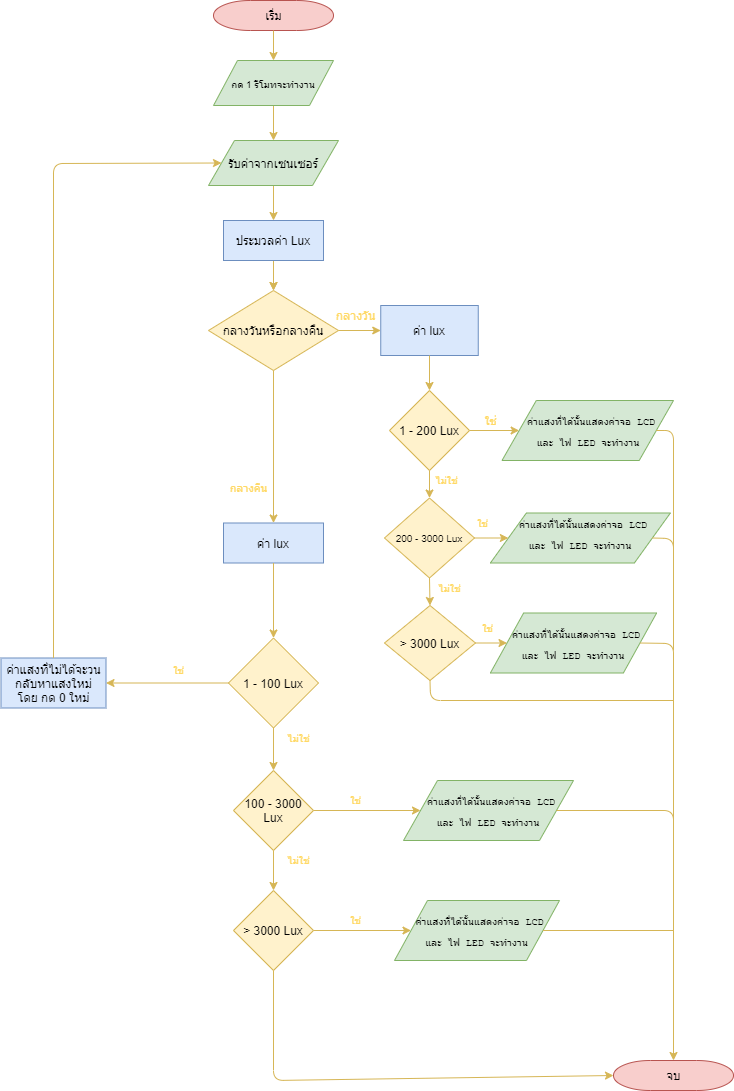
The draw.io diagram image/Flowchart.png in game4869/Light-of-Location, before a commit. Source tidied: cells renumbered, new cells last; positions are measured from the earlier drawing's top-left corner, leaving out a move shared by most shapes.
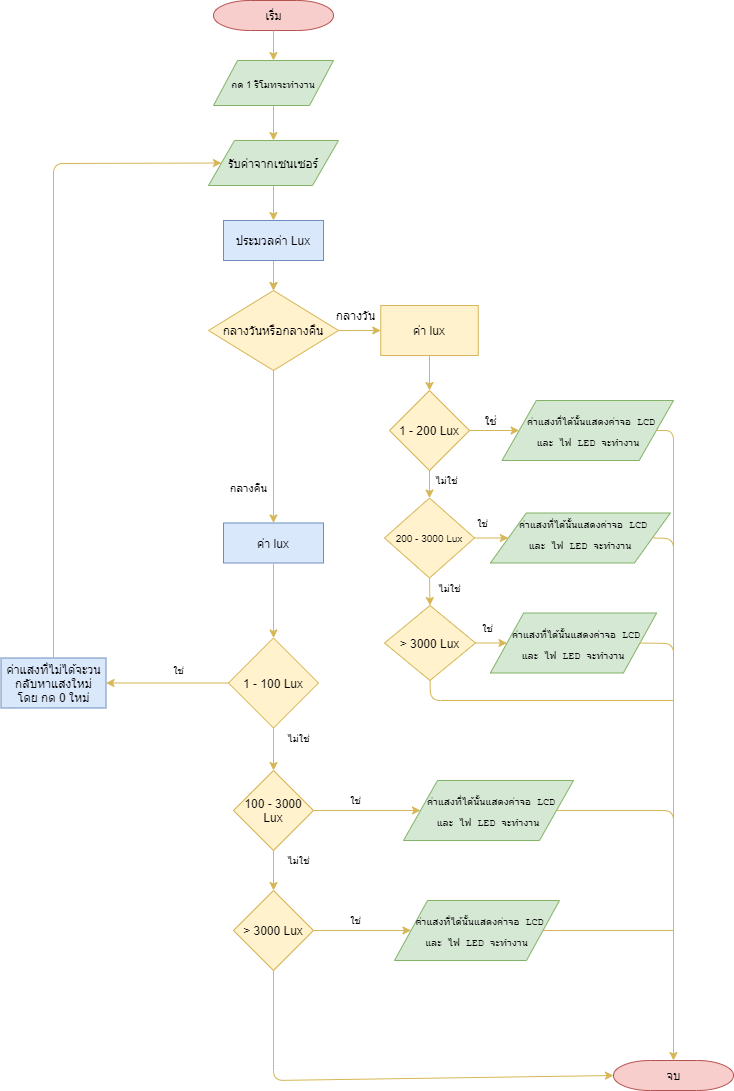
Later version of the same file.

Change to the diagram source:
```diff
@@ -20,13 +20,13 @@
     <mxCell id="7" style="endArrow=classic;html=1;shadow=0;fillColor=#fff2cc;strokeColor=#d6b656;exitX=0.5;exitY=1;exitDx=0;exitDy=0;entryX=0.5;entryY=0;entryDx=0;entryDy=0;" parent="1" edge="1" source="6" target="12">
       <mxGeometry relative="1" as="geometry" />
     </mxCell>
-    <mxCell id="8" value="กลางคืน" style="text;html=1;align=center;verticalAlign=middle;shadow=0;fillColor=none;strokeColor=none;fontColor=#FFD966;fontSize=11;" parent="1" vertex="1">
+    <mxCell id="8" value="กลางคืน" style="text;html=1;align=center;verticalAlign=middle;shadow=0;fontSize=11;fontColor=#000000;" parent="1" vertex="1">
       <mxGeometry x="222" y="477.5" width="50" height="20" as="geometry" />
     </mxCell>
-    <mxCell id="9" value="&lt;span&gt;ค่า lux&lt;/span&gt;" style="rounded=0;whiteSpace=wrap;html=1;shadow=0;fillColor=#dae8fc;strokeColor=#6c8ebf;" parent="1" vertex="1">
+    <mxCell id="9" value="&lt;span&gt;ค่า lux&lt;/span&gt;" style="rounded=0;whiteSpace=wrap;html=1;shadow=0;fillColor=#fff2cc;strokeColor=#d6b656;" parent="1" vertex="1">
       <mxGeometry x="379.2" y="305" width="97.5" height="50" as="geometry" />
     </mxCell>
-    <mxCell id="10" value="กลางวัน" style="text;html=1;align=center;verticalAlign=middle;shadow=0;fillColor=none;strokeColor=none;fontSize=12;fontColor=#FFD966;" parent="1" vertex="1">
+    <mxCell id="10" value="กลางวัน" style="text;html=1;align=center;verticalAlign=middle;shadow=0;fontSize=12;fontColor=#000000;" parent="1" vertex="1">
       <mxGeometry x="329.2" y="305" width="50" height="20" as="geometry" />
     </mxCell>
     <mxCell id="11" value="จบ" style="shape=mxgraph.flowchart.terminator;strokeWidth=1;gradientDirection=north;fontStyle=0;html=1;shadow=0;fillColor=#f8cecc;strokeColor=#b85450;" parent="1" vertex="1">
@@ -179,34 +179,34 @@
     <mxCell id="48" style="endArrow=classic;html=1;shadow=0;fontSize=10;exitX=0.5;exitY=1;exitDx=0;exitDy=0;entryX=0.5;entryY=0;entryDx=0;entryDy=0;fillColor=#fff2cc;strokeColor=#d6b656;" parent="1" edge="1" source="21" target="20">
       <mxGeometry relative="1" as="geometry" />
     </mxCell>
-    <mxCell id="49" value="ใช่" style="text;html=1;align=center;verticalAlign=middle;fontSize=11;fontColor=#FFD966;" parent="1" vertex="1">
+    <mxCell id="49" value="ใช่" style="text;html=1;align=center;verticalAlign=middle;fontSize=11;fontColor=#000000;" parent="1" vertex="1">
       <mxGeometry x="474" y="411" width="30" height="20" as="geometry" />
     </mxCell>
-    <mxCell id="50" value="ไม่ใช่" style="text;html=1;align=center;verticalAlign=middle;fontSize=10;fontColor=#FFD966;" parent="1" vertex="1">
+    <mxCell id="50" value="ไม่ใช่" style="text;html=1;align=center;verticalAlign=middle;fontSize=10;fontColor=#000000;" parent="1" vertex="1">
       <mxGeometry x="425" y="470" width="40" height="20" as="geometry" />
     </mxCell>
-    <mxCell id="51" value="ใช่" style="text;html=1;align=center;verticalAlign=middle;fontSize=10;fontColor=#FFD966;" parent="1" vertex="1">
+    <mxCell id="51" value="ใช่" style="text;html=1;align=center;verticalAlign=middle;fontSize=10;fontColor=#000000;" parent="1" vertex="1">
       <mxGeometry x="466" y="512.5" width="30" height="20" as="geometry" />
     </mxCell>
-    <mxCell id="52" value="ไม่ใช่" style="text;html=1;align=center;verticalAlign=middle;fontSize=10;fontColor=#FFD966;" parent="1" vertex="1">
+    <mxCell id="52" value="ไม่ใช่" style="text;html=1;align=center;verticalAlign=middle;fontSize=10;labelBackgroundColor=none;fontColor=#000000;" parent="1" vertex="1">
       <mxGeometry x="428" y="577.5" width="40" height="20" as="geometry" />
     </mxCell>
-    <mxCell id="53" value="ใช่" style="text;html=1;align=center;verticalAlign=middle;fontSize=10;fontColor=#FFD966;" parent="1" vertex="1">
+    <mxCell id="53" value="ใช่" style="text;html=1;align=center;verticalAlign=middle;fontSize=10;fontColor=#000000;" parent="1" vertex="1">
       <mxGeometry x="470.5" y="617.5" width="30" height="20" as="geometry" />
     </mxCell>
-    <mxCell id="54" value="ไม่ใช่" style="text;html=1;align=center;verticalAlign=middle;fontSize=10;fontColor=#FFD966;" parent="1" vertex="1">
+    <mxCell id="54" value="ไม่ใช่" style="text;html=1;align=center;verticalAlign=middle;fontSize=10;fontColor=#000000;" parent="1" vertex="1">
       <mxGeometry x="277" y="727.5" width="40" height="20" as="geometry" />
     </mxCell>
-    <mxCell id="55" value="ใช่" style="text;html=1;align=center;verticalAlign=middle;fontSize=10;fontColor=#FFD966;" parent="1" vertex="1">
+    <mxCell id="55" value="ใช่" style="text;html=1;align=center;verticalAlign=middle;fontSize=10;fontColor=#000000;" parent="1" vertex="1">
       <mxGeometry x="339.2" y="790" width="30" height="20" as="geometry" />
     </mxCell>
-    <mxCell id="56" value="ใช่" style="text;html=1;align=center;verticalAlign=middle;fontSize=10;fontColor=#FFD966;" parent="1" vertex="1">
+    <mxCell id="56" value="ใช่" style="text;html=1;align=center;verticalAlign=middle;fontSize=10;fontColor=#000000;" parent="1" vertex="1">
       <mxGeometry x="339.2" y="910" width="30" height="20" as="geometry" />
     </mxCell>
-    <mxCell id="57" value="ไม่ใช่" style="text;html=1;align=center;verticalAlign=middle;fontSize=10;fontColor=#FFD966;" parent="1" vertex="1">
+    <mxCell id="57" value="ไม่ใช่" style="text;html=1;align=center;verticalAlign=middle;fontSize=10;fontColor=#000000;" parent="1" vertex="1">
       <mxGeometry x="277" y="850" width="40" height="20" as="geometry" />
     </mxCell>
-    <mxCell id="58" value="ใช่" style="text;html=1;align=center;verticalAlign=middle;fontSize=10;fontColor=#FFD966;" parent="1" vertex="1">
+    <mxCell id="58" value="ใช่" style="text;html=1;align=center;verticalAlign=middle;fontSize=10;fontColor=#000000;" parent="1" vertex="1">
       <mxGeometry x="162" y="660" width="30" height="20" as="geometry" />
     </mxCell>
     <mxCell id="59" style="edgeStyle=orthogonalEdgeStyle;rounded=0;jettySize=auto;html=1;fillColor=#fff2cc;strokeColor=#d6b656;" parent="1" edge="1" source="60" target="6">
```
